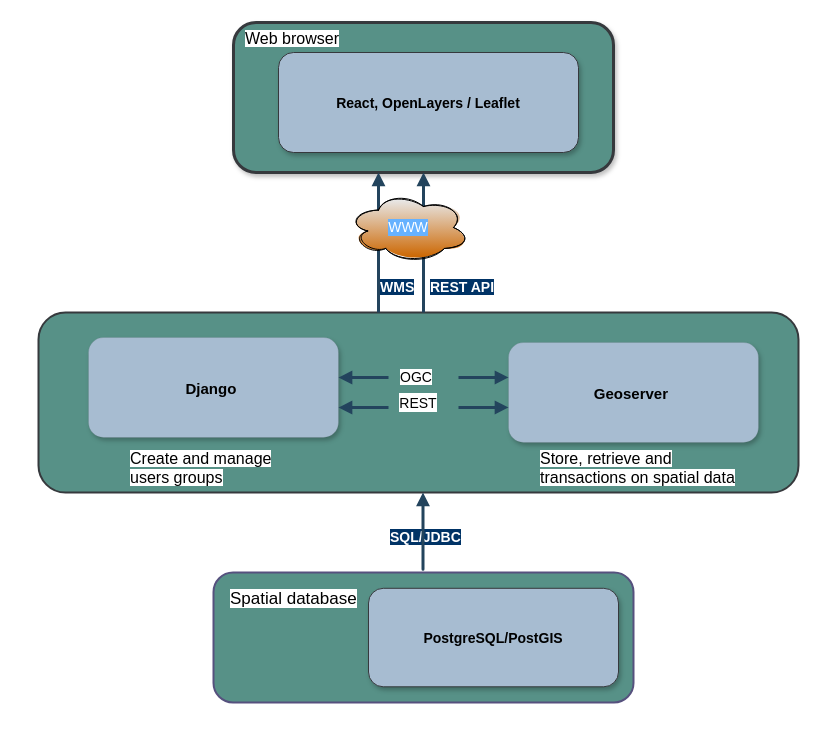
Earlier version of the draw.io diagram page "Page-3" (3 of 3) of Untitled Diagram.drawio (abersh/Devops_Engineer). Source tidied: cells renumbered, new cells numbered last; positions are measured from the earlier drawing's top-left corner, leaving out a move shared by most shapes. Both pictures are drawn from the tidied source at 100%, with x=0, y=0 at pixel (38, 22).
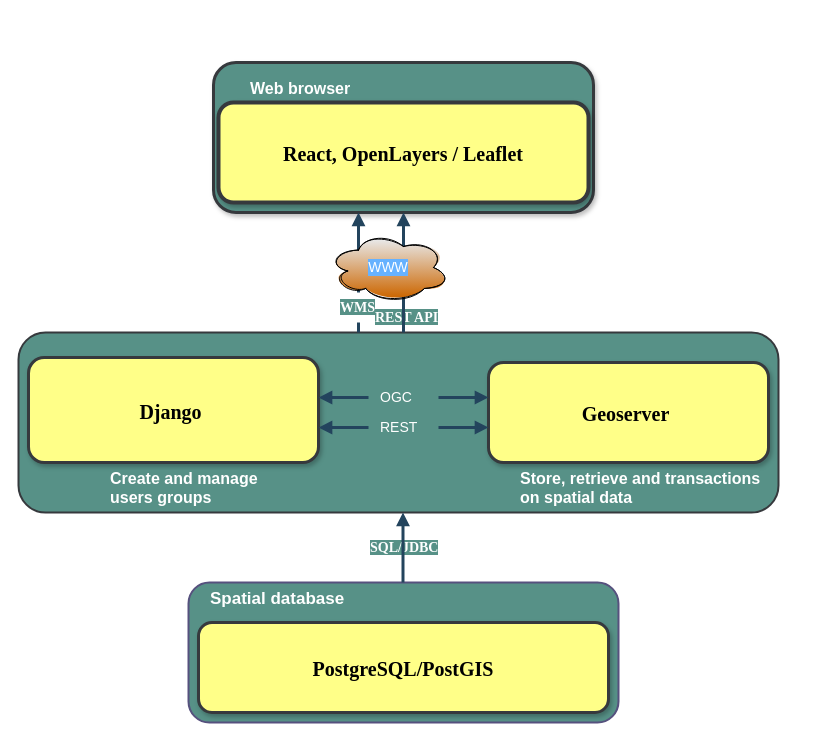
Above is the later version.

Diff of the diagram source:
```diff
@@
     <mxCell id="2" style="rounded=1;whiteSpace=wrap;html=1;labelBackgroundColor=default;fontSize=16;fillColor=#579187;strokeColor=#56517e;strokeWidth=2;" parent="1" vertex="1">
-      <mxGeometry x="175" y="550" width="420" height="130" as="geometry" />
+      <mxGeometry x="150" y="560" width="430" height="140" as="geometry" />
     </mxCell>
-    <mxCell id="3" value="PostgreSQL/PostGIS" style="rounded=1;fillColor=#A7BCD1;strokeColor=#36393d;shadow=1;fontStyle=1;fontSize=14;" parent="1" vertex="1">
-      <mxGeometry x="330" y="565.8" width="250" height="98.5" as="geometry" />
+    <mxCell id="3" value="PostgreSQL/PostGIS" style="rounded=1;fillColor=#ffff88;strokeColor=#36393d;shadow=1;fontStyle=1;fontSize=20;fontFamily=Times New Roman;strokeWidth=3;" parent="1" vertex="1">
+      <mxGeometry x="160" y="600" width="410" height="90" as="geometry" />
     </mxCell>
-    <mxCell id="4" value="&lt;font style=&quot;font-size: 14px&quot;&gt;REST&lt;/font&gt;" style="rounded=1;whiteSpace=wrap;html=1;labelBackgroundColor=default;fontSize=16;fillColor=#579187;strokeColor=#36393d;strokeWidth=2;" parent="1" vertex="1">
-      <mxGeometry y="290" width="760" height="180" as="geometry" />
+    <mxCell id="4" style="rounded=1;whiteSpace=wrap;html=1;labelBackgroundColor=default;fontSize=16;fillColor=#579187;strokeColor=#36393d;strokeWidth=2;" parent="1" vertex="1">
+      <mxGeometry x="-20" y="310" width="760" height="180" as="geometry" />
     </mxCell>
     <mxCell id="5" style="rounded=1;shadow=1;fontStyle=1;fontSize=16;fillColor=#579187;strokeColor=#36393d;strokeWidth=3;" parent="1" vertex="1">
-      <mxGeometry x="195" width="380" height="150" as="geometry" />
+      <mxGeometry x="175" y="40" width="380" height="150" as="geometry" />
     </mxCell>
-    <mxCell id="6" value="Django " style="rounded=1;fillColor=#A7BCD1;strokeColor=#36393d;shadow=1;fontStyle=1;fontSize=15;strokeWidth=0;" parent="1" vertex="1">
-      <mxGeometry x="50" y="315" width="250" height="100" as="geometry" />
+    <mxCell id="6" value="Django " style="rounded=1;fillColor=#ffff88;strokeColor=#36393d;shadow=1;fontStyle=1;fontSize=20;strokeWidth=3;fontFamily=Times New Roman;" parent="1" vertex="1">
+      <mxGeometry x="-10" y="335" width="290" height="105" as="geometry" />
     </mxCell>
-    <mxCell id="7" value="Geoserver " style="rounded=1;fillColor=#A7BCD1;strokeColor=#36393d;shadow=1;fontStyle=1;fontSize=15;strokeWidth=0;" parent="1" vertex="1">
-      <mxGeometry x="470" y="320" width="250" height="100" as="geometry" />
+    <mxCell id="7" value="Geoserver " style="rounded=1;fillColor=#ffff88;strokeColor=#36393d;shadow=1;fontStyle=1;fontSize=20;strokeWidth=3;fontFamily=Times New Roman;" parent="1" vertex="1">
+      <mxGeometry x="450" y="340" width="280" height="100" as="geometry" />
     </mxCell>
     <mxCell id="8" style="edgeStyle=elbowEdgeStyle;elbow=vertical;strokeWidth=3;endArrow=block;endFill=1;fontStyle=1;strokeColor=#23445D;" parent="1" edge="1">
-      <mxGeometry x="-128" y="300.5" as="geometry">
-        <mxPoint x="420" y="355" as="sourcePoint" />
-        <mxPoint x="470" y="355" as="targetPoint" />
+      <mxGeometry x="-148" y="320.5" as="geometry">
+        <mxPoint x="400" y="375" as="sourcePoint" />
+        <mxPoint x="450" y="375" as="targetPoint" />
         <Array as="points">
-          <mxPoint x="430" y="355" />
-          <mxPoint x="410" y="415" />
-          <mxPoint x="410" y="405" />
-          <mxPoint x="410" y="385" />
-          <mxPoint x="380" y="425" />
-          <mxPoint x="440" y="405" />
-          <mxPoint x="470" y="415" />
-          <mxPoint x="380" y="465" />
-          <mxPoint x="420" y="505" />
-          <mxPoint x="420" y="445" />
-          <mxPoint x="470" y="385" />
-          <mxPoint x="572" y="650.5" />
+          <mxPoint x="410" y="375" />
+          <mxPoint x="390" y="435" />
+          <mxPoint x="390" y="425" />
+          <mxPoint x="390" y="405" />
+          <mxPoint x="360" y="445" />
+          <mxPoint x="420" y="425" />
+          <mxPoint x="450" y="435" />
+          <mxPoint x="360" y="485" />
+          <mxPoint x="400" y="525" />
+          <mxPoint x="400" y="465" />
+          <mxPoint x="450" y="405" />
+          <mxPoint x="552" y="670.5" />
         </Array>
       </mxGeometry>
     </mxCell>
     <mxCell id="9" style="edgeStyle=elbowEdgeStyle;elbow=vertical;strokeWidth=3;endArrow=block;endFill=1;fontStyle=1;strokeColor=#23445D;" parent="1" edge="1">
-      <mxGeometry x="-238" y="330.5" as="geometry">
-        <mxPoint x="350" y="355" as="sourcePoint" />
-        <mxPoint x="300" y="355" as="targetPoint" />
+      <mxGeometry x="-258" y="350.5" as="geometry">
+        <mxPoint x="330" y="375" as="sourcePoint" />
+        <mxPoint x="280" y="375" as="targetPoint" />
         <Array as="points">
-          <mxPoint x="330" y="355" />
-          <mxPoint x="300" y="445" />
-          <mxPoint x="300" y="435" />
-          <mxPoint x="300" y="415" />
-          <mxPoint x="270" y="455" />
-          <mxPoint x="330" y="435" />
-          <mxPoint x="360" y="445" />
-          <mxPoint x="270" y="495" />
-          <mxPoint x="310" y="535" />
-          <mxPoint x="310" y="475" />
-          <mxPoint x="360" y="415" />
-          <mxPoint x="462" y="680.5" />
+          <mxPoint x="310" y="375" />
+          <mxPoint x="280" y="465" />
+          <mxPoint x="280" y="455" />
+          <mxPoint x="280" y="435" />
+          <mxPoint x="250" y="475" />
+          <mxPoint x="310" y="455" />
+          <mxPoint x="340" y="465" />
+          <mxPoint x="250" y="515" />
+          <mxPoint x="290" y="555" />
+          <mxPoint x="290" y="495" />
+          <mxPoint x="340" y="435" />
+          <mxPoint x="442" y="700.5" />
         </Array>
       </mxGeometry>
     </mxCell>
     <mxCell id="10" style="edgeStyle=elbowEdgeStyle;elbow=vertical;strokeWidth=3;endArrow=block;endFill=1;fontStyle=1;strokeColor=#23445D;" parent="1" edge="1">
-      <mxGeometry x="-238" y="360.5" as="geometry">
-        <mxPoint x="350" y="385" as="sourcePoint" />
-        <mxPoint x="300" y="385" as="targetPoint" />
+      <mxGeometry x="-258" y="380.5" as="geometry">
+        <mxPoint x="330" y="405" as="sourcePoint" />
+        <mxPoint x="280" y="405" as="targetPoint" />
         <Array as="points">
-          <mxPoint x="330" y="385" />
-          <mxPoint x="300" y="475" />
-          <mxPoint x="300" y="465" />
-          <mxPoint x="300" y="445" />
-          <mxPoint x="270" y="485" />
-          <mxPoint x="330" y="465" />
-          <mxPoint x="360" y="475" />
-          <mxPoint x="270" y="525" />
-          <mxPoint x="310" y="565" />
-          <mxPoint x="310" y="505" />
-          <mxPoint x="360" y="445" />
-          <mxPoint x="462" y="710.5" />
+          <mxPoint x="310" y="405" />
+          <mxPoint x="280" y="495" />
+          <mxPoint x="280" y="485" />
+          <mxPoint x="280" y="465" />
+          <mxPoint x="250" y="505" />
+          <mxPoint x="310" y="485" />
+          <mxPoint x="340" y="495" />
+          <mxPoint x="250" y="545" />
+          <mxPoint x="290" y="585" />
+          <mxPoint x="290" y="525" />
+          <mxPoint x="340" y="465" />
+          <mxPoint x="442" y="730.5" />
         </Array>
       </mxGeometry>
     </mxCell>
     <mxCell id="11" style="edgeStyle=elbowEdgeStyle;elbow=vertical;strokeWidth=3;endArrow=block;endFill=1;fontStyle=1;strokeColor=#23445D;" parent="1" edge="1">
-      <mxGeometry x="-128" y="330.5" as="geometry">
-        <mxPoint x="420" y="385" as="sourcePoint" />
-        <mxPoint x="470" y="385" as="targetPoint" />
+      <mxGeometry x="-148" y="350.5" as="geometry">
+        <mxPoint x="400" y="405" as="sourcePoint" />
+        <mxPoint x="450" y="405" as="targetPoint" />
         <Array as="points">
-          <mxPoint x="430" y="385" />
-          <mxPoint x="410" y="445" />
-          <mxPoint x="410" y="435" />
-          <mxPoint x="410" y="415" />
-          <mxPoint x="380" y="455" />
-          <mxPoint x="440" y="435" />
-          <mxPoint x="470" y="445" />
-          <mxPoint x="380" y="495" />
-          <mxPoint x="420" y="535" />
-          <mxPoint x="420" y="475" />
-          <mxPoint x="470" y="415" />
-          <mxPoint x="572" y="680.5" />
+          <mxPoint x="410" y="405" />
+          <mxPoint x="390" y="465" />
+          <mxPoint x="390" y="455" />
+          <mxPoint x="390" y="435" />
+          <mxPoint x="360" y="475" />
+          <mxPoint x="420" y="455" />
+          <mxPoint x="450" y="465" />
+          <mxPoint x="360" y="515" />
+          <mxPoint x="400" y="555" />
+          <mxPoint x="400" y="495" />
+          <mxPoint x="450" y="435" />
+          <mxPoint x="552" y="700.5" />
         </Array>
       </mxGeometry>
     </mxCell>
-    <mxCell id="12" value="&lt;span style=&quot;background-color: rgb(255 , 255 , 255)&quot;&gt;OGC&lt;/span&gt;" style="text;whiteSpace=wrap;html=1;fontSize=14;" parent="1" vertex="1">
-      <mxGeometry x="360" y="340" width="60" height="30" as="geometry" />
+    <mxCell id="12" value="&lt;span style=&quot;background-color: rgb(87 , 145 , 135)&quot;&gt;&lt;font color=&quot;#ffffff&quot;&gt;OGC&lt;/font&gt;&lt;/span&gt;" style="text;whiteSpace=wrap;html=1;fontSize=14;" parent="1" vertex="1">
+      <mxGeometry x="340" y="360" width="60" height="30" as="geometry" />
     </mxCell>
-    <mxCell id="13" value="&lt;font color=&quot;#ffffff&quot; style=&quot;background-color: rgb(0 , 51 , 102)&quot;&gt;&lt;b&gt;SQL/JDBC&lt;/b&gt;&lt;/font&gt;" style="text;whiteSpace=wrap;html=1;fontSize=14;" parent="1" vertex="1">
-      <mxGeometry x="350" y="500" width="80" height="33" as="geometry" />
+    <mxCell id="13" value="&lt;font color=&quot;#ffffff&quot; face=&quot;Times New Roman&quot;&gt;&lt;b style=&quot;background-color: rgb(87 , 145 , 135)&quot;&gt;SQL/JDBC&lt;/b&gt;&lt;/font&gt;" style="text;whiteSpace=wrap;html=1;fontSize=14;" parent="1" vertex="1">
+      <mxGeometry x="330" y="510" width="80" height="33" as="geometry" />
     </mxCell>
-    <mxCell id="14" value="React, OpenLayers / Leaflet" style="rounded=1;fillColor=#A7BCD1;strokeColor=#36393d;shadow=1;fontStyle=1;fontSize=14;" parent="1" vertex="1">
-      <mxGeometry x="240" y="30" width="300" height="100" as="geometry" />
+    <mxCell id="14" value="React, OpenLayers / Leaflet" style="rounded=1;fillColor=#ffff88;strokeColor=#36393d;shadow=1;fontStyle=1;fontSize=20;fontFamily=Times New Roman;strokeWidth=4;" parent="1" vertex="1">
+      <mxGeometry x="180" y="80" width="370" height="100" as="geometry" />
     </mxCell>
-    <mxCell id="15" value="&lt;font color=&quot;#ffffff&quot; style=&quot;background-color: rgb(0 , 51 , 102)&quot;&gt;&lt;b&gt;REST API&lt;/b&gt;&lt;/font&gt;" style="text;whiteSpace=wrap;html=1;fontSize=14;" parent="1" vertex="1">
-      <mxGeometry x="390" y="250" width="70" height="30" as="geometry" />
+    <mxCell id="15" value="&lt;b style=&quot;background-color: rgb(87 , 145 , 135)&quot;&gt;&lt;font color=&quot;#ffffff&quot; face=&quot;Times New Roman&quot;&gt;REST API&lt;/font&gt;&lt;/b&gt;" style="text;whiteSpace=wrap;html=1;fontSize=14;" parent="1" vertex="1">
+      <mxGeometry x="335" y="280" width="70" height="30" as="geometry" />
     </mxCell>
-    <mxCell id="16" value="&lt;font color=&quot;#ffffff&quot;&gt;&lt;span style=&quot;background-color: rgb(0 , 51 , 102)&quot;&gt;&lt;b&gt;WMS&lt;/b&gt;&lt;/span&gt;&lt;br&gt;&lt;/font&gt;" style="text;whiteSpace=wrap;html=1;fontSize=14;" parent="1" vertex="1">
-      <mxGeometry x="340" y="250" width="40" height="30" as="geometry" />
-    </mxCell>
     <mxCell id="17" style="edgeStyle=elbowEdgeStyle;elbow=vertical;strokeWidth=3;endArrow=block;endFill=1;fontStyle=1;strokeColor=#23445D;entryX=0.5;entryY=1;entryDx=0;entryDy=0;" parent="1" edge="1" target="5">
-      <mxGeometry x="-142.9" y="175.5" as="geometry">
-        <mxPoint x="385" y="290" as="sourcePoint" />
+      <mxGeometry x="-162.9" y="195.5" as="geometry">
+        <mxPoint x="365" y="310" as="sourcePoint" />
         <Array as="points">
-          <mxPoint x="370.1" y="250" />
-          <mxPoint x="395.1" y="290" />
-          <mxPoint x="395.1" y="280" />
-          <mxPoint x="395.1" y="260" />
-          <mxPoint x="365.1" y="300" />
-          <mxPoint x="425.1" y="280" />
-          <mxPoint x="455.1" y="290" />
-          <mxPoint x="365.1" y="340" />
-          <mxPoint x="405.1" y="380" />
-          <mxPoint x="405.1" y="320" />
-          <mxPoint x="455.1" y="260" />
-          <mxPoint x="557.1" y="525.5" />
+          <mxPoint x="380" y="300" />
+          <mxPoint x="350.1" y="270" />
+          <mxPoint x="375.1" y="310" />
+          <mxPoint x="375.1" y="300" />
+          <mxPoint x="375.1" y="280" />
+          <mxPoint x="345.1" y="320" />
+          <mxPoint x="405.1" y="300" />
+          <mxPoint x="435.1" y="310" />
+          <mxPoint x="345.1" y="360" />
+          <mxPoint x="385.1" y="400" />
+          <mxPoint x="385.1" y="340" />
+          <mxPoint x="435.1" y="280" />
+          <mxPoint x="537.1" y="545.5" />
         </Array>
       </mxGeometry>
     </mxCell>
-    <mxCell id="18" style="edgeStyle=elbowEdgeStyle;elbow=vertical;strokeWidth=3;endArrow=block;endFill=1;fontStyle=1;strokeColor=#23445D;entryX=0.5;entryY=1;entryDx=0;entryDy=0;" parent="1" edge="1">
-      <mxGeometry x="-187.9" y="175.5" as="geometry">
-        <mxPoint x="340" y="290" as="sourcePoint" />
-        <mxPoint x="340" y="150" as="targetPoint" />
+    <mxCell id="18" style="edgeStyle=elbowEdgeStyle;elbow=vertical;strokeWidth=3;endArrow=block;endFill=1;fontStyle=1;strokeColor=#23445D;startArrow=none;" parent="1" edge="1" source="16">
+      <mxGeometry x="-207.9" y="195.5" as="geometry">
+        <mxPoint x="320" y="190" as="targetPoint" />
         <Array as="points">
-          <mxPoint x="325.1" y="250" />
-          <mxPoint x="350.1" y="290" />
-          <mxPoint x="350.1" y="280" />
-          <mxPoint x="350.1" y="260" />
-          <mxPoint x="320.1" y="300" />
-          <mxPoint x="380.1" y="280" />
-          <mxPoint x="410.1" y="290" />
-          <mxPoint x="320.1" y="340" />
-          <mxPoint x="360.1" y="380" />
-          <mxPoint x="360.1" y="320" />
-          <mxPoint x="410.1" y="260" />
-          <mxPoint x="512.1" y="525.5" />
+          <mxPoint x="330.1" y="300" />
+          <mxPoint x="330.1" y="280" />
+          <mxPoint x="300.1" y="320" />
+          <mxPoint x="360.1" y="300" />
+          <mxPoint x="390.1" y="310" />
+          <mxPoint x="300.1" y="360" />
+          <mxPoint x="340.1" y="400" />
+          <mxPoint x="340.1" y="340" />
+          <mxPoint x="390.1" y="280" />
+          <mxPoint x="492.1" y="545.5" />
         </Array>
       </mxGeometry>
     </mxCell>
     <mxCell id="19" value="WWW" style="ellipse;shape=cloud;whiteSpace=wrap;html=1;align=center;labelBackgroundColor=#66B2FF;sketch=1;fontSize=14;fontColor=#FFFFFF;strokeWidth=1;fillColor=#E8E8E8;gradientColor=#CC6600;" parent="1" vertex="1">
-      <mxGeometry x="310" y="170" width="120" height="70" as="geometry" />
+      <mxGeometry x="290" y="210" width="120" height="70" as="geometry" />
     </mxCell>
-    <mxCell id="20" value="&lt;span style=&quot;background-color: rgb(255, 255, 255); font-size: 16px;&quot;&gt;&lt;font style=&quot;font-size: 16px;&quot;&gt;Create and manage users groups&lt;/font&gt;&lt;/span&gt;" style="text;whiteSpace=wrap;html=1;fontSize=16;" parent="1" vertex="1">
-      <mxGeometry x="90" y="420" width="170" height="30" as="geometry" />
+    <mxCell id="20" value="&lt;span style=&quot;font-size: 16px ; background-color: rgb(87 , 145 , 135)&quot;&gt;&lt;font style=&quot;font-size: 16px&quot; color=&quot;#ffffff&quot;&gt;&lt;b&gt;Create and manage users groups&lt;/b&gt;&lt;/font&gt;&lt;/span&gt;" style="text;whiteSpace=wrap;html=1;fontSize=16;" parent="1" vertex="1">
+      <mxGeometry x="70" y="440" width="170" height="30" as="geometry" />
     </mxCell>
-    <mxCell id="21" value="&lt;span style=&quot;background-color: rgb(255, 255, 255); font-size: 16px;&quot;&gt;Store, retrieve and transactions on spatial data&lt;br style=&quot;font-size: 16px;&quot;&gt;&lt;br style=&quot;font-size: 16px;&quot;&gt;&lt;/span&gt;" style="text;whiteSpace=wrap;html=1;fontSize=16;" parent="1" vertex="1">
-      <mxGeometry x="500" y="420" width="210" height="30" as="geometry" />
+    <mxCell id="21" value="&lt;span style=&quot;font-size: 16px&quot;&gt;&lt;span style=&quot;background-color: rgb(87 , 145 , 135)&quot;&gt;&lt;font color=&quot;#ffffff&quot;&gt;&lt;b&gt;Store, retrieve and transactions on spatial data&lt;br style=&quot;font-size: 16px&quot;&gt;&lt;/b&gt;&lt;/font&gt;&lt;/span&gt;&lt;br style=&quot;font-size: 16px&quot;&gt;&lt;/span&gt;" style="text;whiteSpace=wrap;html=1;fontSize=16;" parent="1" vertex="1">
+      <mxGeometry x="480" y="440" width="250" height="30" as="geometry" />
     </mxCell>
-    <mxCell id="22" value="&lt;span style=&quot;background-color: rgb(255, 255, 255); font-size: 17px;&quot;&gt;Spatial database&lt;br style=&quot;font-size: 17px;&quot;&gt;&lt;/span&gt;" style="text;whiteSpace=wrap;html=1;fontSize=17;" parent="1" vertex="1">
-      <mxGeometry x="190" y="560" width="130" height="30" as="geometry" />
+    <mxCell id="22" value="&lt;span style=&quot;font-size: 17px&quot;&gt;&lt;span style=&quot;background-color: rgb(87 , 145 , 135)&quot;&gt;&lt;font color=&quot;#ffffff&quot;&gt;&lt;b&gt;Spatial database&lt;/b&gt;&lt;/font&gt;&lt;/span&gt;&lt;br style=&quot;font-size: 17px&quot;&gt;&lt;/span&gt;" style="text;whiteSpace=wrap;html=1;fontSize=17;" parent="1" vertex="1">
+      <mxGeometry x="170" y="560" width="140" height="30" as="geometry" />
     </mxCell>
-    <mxCell id="23" value="&lt;span style=&quot;background-color: rgb(255, 255, 255); font-size: 16px;&quot;&gt;&lt;font style=&quot;font-size: 16px;&quot;&gt;Web browser&lt;br style=&quot;font-size: 16px;&quot;&gt;&lt;br style=&quot;font-size: 16px;&quot;&gt;&lt;/font&gt;&lt;/span&gt;" style="text;whiteSpace=wrap;html=1;fontSize=16;" parent="1" vertex="1">
-      <mxGeometry x="205" width="100" height="30" as="geometry" />
+    <mxCell id="23" value="&lt;span style=&quot;font-size: 16px&quot;&gt;&lt;font style=&quot;font-size: 16px&quot;&gt;&lt;span style=&quot;background-color: rgb(87 , 145 , 135)&quot;&gt;&lt;font color=&quot;#ffffff&quot;&gt;&lt;b&gt;Web browser&lt;br style=&quot;font-size: 16px&quot;&gt;&lt;/b&gt;&lt;/font&gt;&lt;/span&gt;&lt;br style=&quot;font-size: 16px&quot;&gt;&lt;/font&gt;&lt;/span&gt;" style="text;whiteSpace=wrap;html=1;fontSize=16;" parent="1" vertex="1">
+      <mxGeometry x="210" y="50" width="120" height="30" as="geometry" />
     </mxCell>
     <mxCell id="24" style="edgeStyle=elbowEdgeStyle;elbow=vertical;strokeWidth=3;endArrow=block;endFill=1;fontStyle=1;strokeColor=#23445D;entryX=0.5;entryY=1;entryDx=0;entryDy=0;" parent="1" edge="1">
-      <mxGeometry x="-173.4" y="485.5" as="geometry">
-        <mxPoint x="384.5" y="540" as="sourcePoint" />
-        <mxPoint x="384.5" y="470" as="targetPoint" />
+      <mxGeometry x="-193.4" y="505.5" as="geometry">
+        <mxPoint x="364.5" y="560" as="sourcePoint" />
+        <mxPoint x="364.5" y="490" as="targetPoint" />
         <Array as="points">
-          <mxPoint x="374.5" y="550" />
-          <mxPoint x="424.6" y="600" />
-          <mxPoint x="334.6" y="650" />
-          <mxPoint x="374.6" y="690" />
-          <mxPoint x="374.6" y="630" />
-          <mxPoint x="424.6" y="570" />
-          <mxPoint x="526.6" y="835.5" />
+          <mxPoint x="365" y="550" />
+          <mxPoint x="404.6" y="620" />
+          <mxPoint x="314.6" y="670" />
+          <mxPoint x="354.6" y="710" />
+          <mxPoint x="354.6" y="650" />
+          <mxPoint x="404.6" y="590" />
+          <mxPoint x="506.6" y="855.5" />
         </Array>
       </mxGeometry>
     </mxCell>
+    <mxCell id="16" value="&lt;b style=&quot;background-color: rgb(87 , 145 , 135)&quot;&gt;&lt;font face=&quot;Times New Roman&quot;&gt;WMS&lt;/font&gt;&lt;/b&gt;" style="text;whiteSpace=wrap;html=1;fontSize=14;fontColor=#FFFFFF;" parent="1" vertex="1">
+      <mxGeometry x="300" y="270" width="40" height="30" as="geometry" />
+    </mxCell>
+    <mxCell id="25" style="edgeStyle=elbowEdgeStyle;elbow=vertical;strokeWidth=3;endArrow=none;endFill=1;fontStyle=1;strokeColor=#23445D;" parent="1" edge="1" target="16">
+      <mxGeometry x="-207.9" y="195.5" as="geometry">
+        <mxPoint x="320" y="310" as="sourcePoint" />
+        <Array as="points">
+          <mxPoint x="305.1" y="270" />
+          <mxPoint x="330.1" y="310" />
+        </Array>
+      </mxGeometry>
+    </mxCell>
+    <mxCell id="26" value="&lt;span style=&quot;background-color: rgb(87 , 145 , 135)&quot;&gt;&lt;font color=&quot;#ffffff&quot;&gt;REST&lt;/font&gt;&lt;/span&gt;" style="text;whiteSpace=wrap;html=1;fontSize=14;" parent="1" vertex="1">
+      <mxGeometry x="340" y="390" width="60" height="30" as="geometry" />
+    </mxCell>
```
